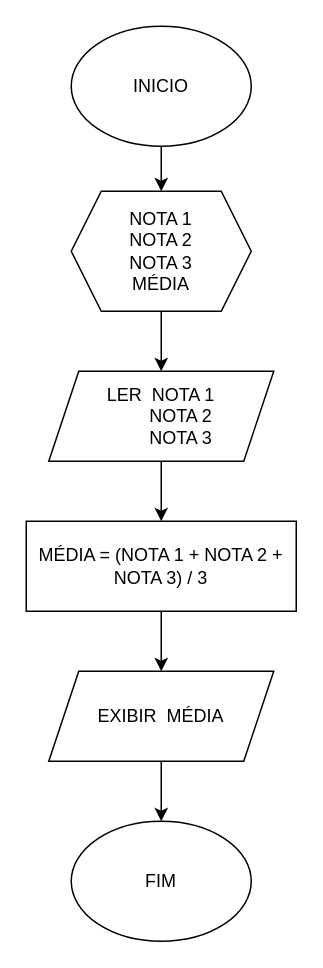
Above: Atividades_LP1/Atividade2Questão4.drawio in Hevee06/Projetos_Diagrama.oi (draw.io), before the change. Source tidied: cells renumbered, new cells numbered last; positions are measured from the earlier drawing's top-left corner, leaving out a move shared by most shapes. Both pictures are drawn from the tidied source at 150%, with x=0, y=0 at pixel (26, 26).
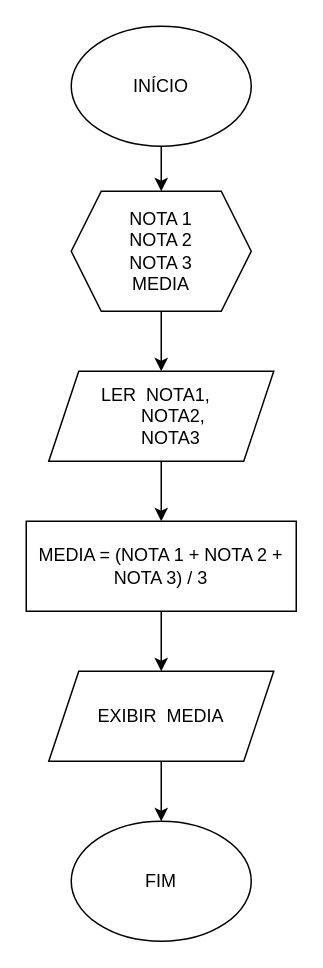
The same page after the edit.

What changed in the source:
```diff
@@
 <mxGraphModel>
   <root>
     <mxCell id="0" />
     <mxCell id="1" parent="0" />
     <mxCell id="2" style="edgeStyle=orthogonalEdgeStyle;rounded=0;jettySize=auto;html=1;" parent="1" edge="1" source="3" target="5">
       <mxGeometry relative="1" as="geometry" />
     </mxCell>
-    <mxCell id="3" value="INICIO" style="ellipse;whiteSpace=wrap;html=1;" parent="1" vertex="1">
+    <mxCell id="3" value="INÍCIO" style="ellipse;whiteSpace=wrap;html=1;" parent="1" vertex="1">
       <mxGeometry x="30" width="120" height="80" as="geometry" />
     </mxCell>
     <mxCell id="4" style="edgeStyle=orthogonalEdgeStyle;rounded=0;jettySize=auto;html=1;" parent="1" edge="1" source="5" target="7">
       <mxGeometry relative="1" as="geometry" />
     </mxCell>
-    <mxCell id="5" value="NOTA 1&lt;div&gt;NOTA 2&lt;/div&gt;&lt;div&gt;NOTA 3&lt;/div&gt;&lt;div&gt;MÉDIA&lt;/div&gt;" style="shape=hexagon;perimeter=hexagonPerimeter2;whiteSpace=wrap;html=1;fixedSize=1;" parent="1" vertex="1">
+    <mxCell id="5" value="NOTA 1&lt;div&gt;NOTA 2&lt;/div&gt;&lt;div&gt;NOTA 3&lt;/div&gt;&lt;div&gt;MEDIA&lt;/div&gt;" style="shape=hexagon;perimeter=hexagonPerimeter2;whiteSpace=wrap;html=1;fixedSize=1;" parent="1" vertex="1">
       <mxGeometry x="30" y="110" width="120" height="80" as="geometry" />
     </mxCell>
     <mxCell id="6" style="edgeStyle=orthogonalEdgeStyle;rounded=0;jettySize=auto;html=1;" parent="1" edge="1" source="7" target="9">
       <mxGeometry relative="1" as="geometry" />
     </mxCell>
-    <mxCell id="7" value="LER&amp;nbsp; NOTA 1&lt;div&gt;&lt;span style=&quot;background-color: initial;&quot;&gt;&amp;nbsp; &amp;nbsp; &amp;nbsp; &amp;nbsp; NOTA 2&lt;/span&gt;&lt;/div&gt;&lt;div&gt;&amp;nbsp; &amp;nbsp; &amp;nbsp; &amp;nbsp; NOTA 3&lt;/div&gt;" style="shape=parallelogram;perimeter=parallelogramPerimeter;whiteSpace=wrap;html=1;fixedSize=1;align=center;" parent="1" vertex="1">
+    <mxCell id="7" value="&amp;nbsp; &amp;nbsp; &amp;nbsp; &amp;nbsp; &amp;nbsp; LER&amp;nbsp; NOTA1,&lt;div&gt;&lt;span style=&quot;background-color: initial;&quot;&gt;&amp;nbsp; &amp;nbsp; &amp;nbsp; &amp;nbsp; &amp;nbsp; &amp;nbsp; &amp;nbsp; &amp;nbsp; &amp;nbsp; NOTA2,&lt;/span&gt;&lt;div&gt;&lt;div&gt;&amp;nbsp; &amp;nbsp; &amp;nbsp; &amp;nbsp; &amp;nbsp; &amp;nbsp; &amp;nbsp; &amp;nbsp; &amp;nbsp; NOTA3&lt;/div&gt;&lt;/div&gt;&lt;/div&gt;" style="shape=parallelogram;perimeter=parallelogramPerimeter;whiteSpace=wrap;html=1;fixedSize=1;align=left;" parent="1" vertex="1">
       <mxGeometry x="15" y="230" width="150" height="60" as="geometry" />
     </mxCell>
     <mxCell id="8" style="edgeStyle=orthogonalEdgeStyle;rounded=0;jettySize=auto;html=1;" parent="1" edge="1" source="9" target="11">
       <mxGeometry relative="1" as="geometry" />
     </mxCell>
-    <mxCell id="9" value="MÉDIA = (NOTA 1 + NOTA 2 + NOTA 3) / 3" style="rounded=0;whiteSpace=wrap;html=1;" parent="1" vertex="1">
+    <mxCell id="9" value="MEDIA = (NOTA 1 + NOTA 2 + NOTA 3) / 3" style="rounded=0;whiteSpace=wrap;html=1;" parent="1" vertex="1">
       <mxGeometry y="330" width="180" height="60" as="geometry" />
     </mxCell>
     <mxCell id="10" style="edgeStyle=orthogonalEdgeStyle;rounded=0;jettySize=auto;html=1;" parent="1" edge="1" source="11" target="12">
       <mxGeometry relative="1" as="geometry" />
     </mxCell>
-    <mxCell id="11" value="EXIBIR&amp;nbsp; MÉDIA" style="shape=parallelogram;perimeter=parallelogramPerimeter;whiteSpace=wrap;html=1;fixedSize=1;" parent="1" vertex="1">
+    <mxCell id="11" value="EXIBIR&amp;nbsp; MEDIA" style="shape=parallelogram;perimeter=parallelogramPerimeter;whiteSpace=wrap;html=1;fixedSize=1;" parent="1" vertex="1">
       <mxGeometry x="15" y="430" width="150" height="60" as="geometry" />
     </mxCell>
     <mxCell id="12" value="FIM" style="ellipse;whiteSpace=wrap;html=1;" parent="1" vertex="1">
       <mxGeometry x="30" y="530" width="120" height="80" as="geometry" />
     </mxCell>
   </root>
 </mxGraphModel>
```
